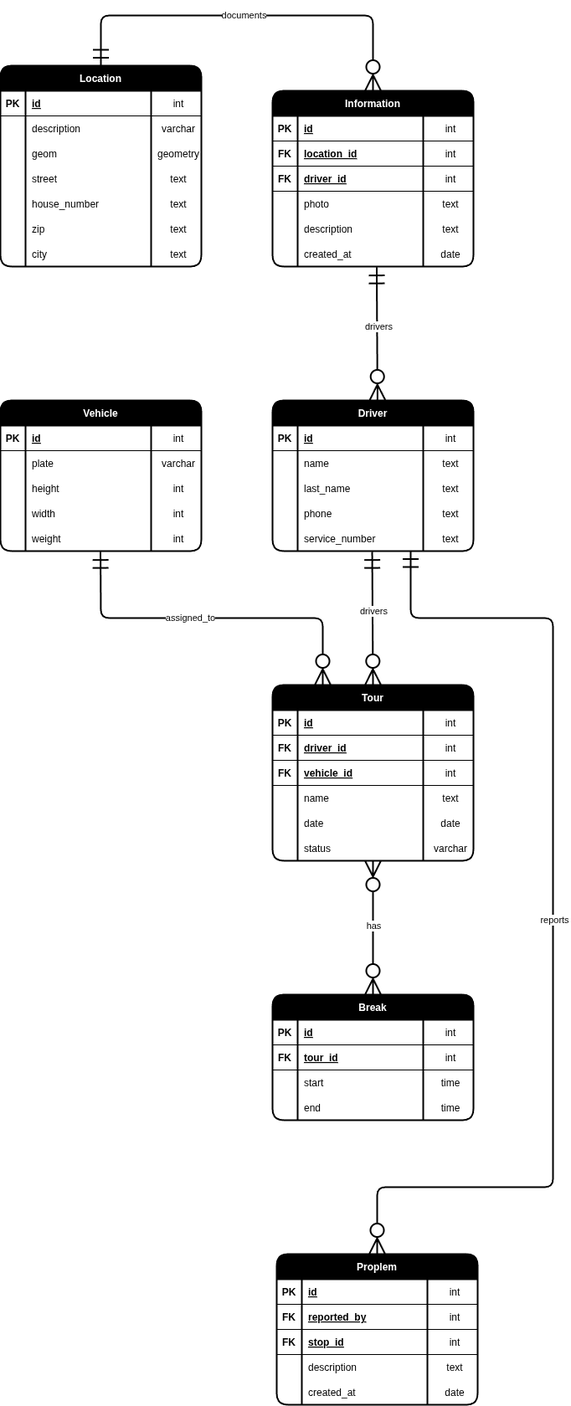
Earlier version of the draw.io export docs/database/erd.drawio.png (gabrielbindi/VoBi-Tour). Source tidied: cells renumbered, new cells last; positions are measured from the earlier drawing's top-left corner, leaving out a move shared by most shapes.
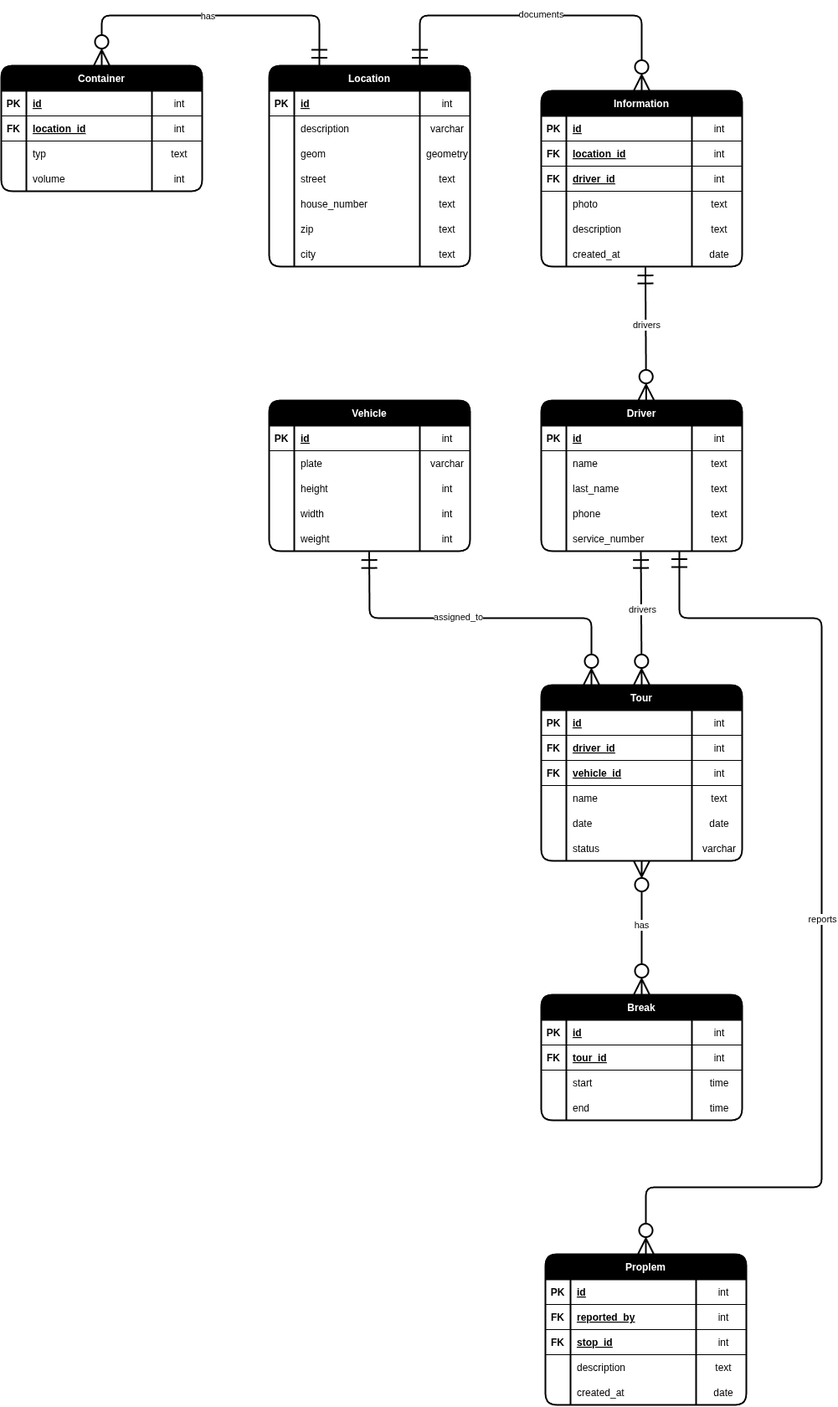
After the commit.

Commit message:
#19 container added one to many

The edit, as a diff of the source:
```diff
@@ -528,10 +528,10 @@
     <mxCell id="170" value="text" style="shape=partialRectangle;fillColor=none;top=0;left=0;bottom=0;right=0;align=center;spacingLeft=6;overflow=hidden;" parent="167" vertex="1">
       <mxGeometry x="180" width="60" height="30" as="geometry" />
     </mxCell>
-    <mxCell id="171" style="fontSize=12;html=1;endArrow=ERzeroToMany;startArrow=ERmandOne;entryX=0.5;entryY=0;entryDx=0;entryDy=0;endSize=16;startSize=16;targetPerimeterSpacing=0;strokeWidth=2;exitX=0.5;exitY=0;exitDx=0;exitDy=0;" parent="1" edge="1" source="142" target="115">
+    <mxCell id="171" style="fontSize=12;html=1;endArrow=ERzeroToMany;startArrow=ERmandOne;entryX=0.5;entryY=0;entryDx=0;entryDy=0;endSize=16;startSize=16;targetPerimeterSpacing=0;strokeWidth=2;exitX=0.75;exitY=0;exitDx=0;exitDy=0;" parent="1" edge="1" source="142" target="115">
       <mxGeometry relative="1" as="geometry">
         <Array as="points">
-          <mxPoint x="120" />
+          <mxPoint x="180" />
           <mxPoint x="445" />
         </Array>
       </mxGeometry>
@@ -541,5 +541,69 @@
         <mxPoint x="23" as="offset" />
       </mxGeometry>
     </mxCell>
+    <mxCell id="173" value="Container" style="shape=table;startSize=30;rowLines=0;fontStyle=1;align=center;swimlaneFillColor=none;fillColor=#000000;fontColor=#FFFFFF;strokeWidth=2;rounded=1;" parent="1" vertex="1">
+      <mxGeometry x="-320" y="60" width="240" height="150" as="geometry" />
+    </mxCell>
+    <mxCell id="174" style="shape=tableRow;horizontal=0;startSize=0;swimlaneHead=0;swimlaneBody=0;fillColor=none;top=0;left=0;right=0;bottom=1;" parent="173" vertex="1">
+      <mxGeometry y="30" width="240" height="30" as="geometry" />
+    </mxCell>
+    <mxCell id="175" value="PK" style="shape=partialRectangle;fillColor=none;top=0;left=0;bottom=0;right=0;fontStyle=1;overflow=hidden;" parent="174" vertex="1">
+      <mxGeometry width="30" height="30" as="geometry" />
+    </mxCell>
+    <mxCell id="176" value="id" style="shape=partialRectangle;fillColor=none;top=0;left=0;bottom=0;right=0;align=left;spacingLeft=6;fontStyle=5;overflow=hidden;" parent="174" vertex="1">
+      <mxGeometry x="30" width="150" height="30" as="geometry" />
+    </mxCell>
+    <mxCell id="177" value="int" style="shape=partialRectangle;fillColor=none;top=0;left=0;bottom=0;right=0;align=center;spacingLeft=6;fontStyle=0;overflow=hidden;" parent="174" vertex="1">
+      <mxGeometry x="180" width="60" height="30" as="geometry" />
+    </mxCell>
+    <mxCell id="178" style="shape=tableRow;horizontal=0;startSize=0;swimlaneHead=0;swimlaneBody=0;fillColor=none;top=0;left=0;right=0;bottom=1;" parent="173" vertex="1">
+      <mxGeometry y="60" width="240" height="30" as="geometry" />
+    </mxCell>
+    <mxCell id="179" value="FK" style="shape=partialRectangle;fillColor=none;top=0;left=0;bottom=0;right=0;fontStyle=1;overflow=hidden;" parent="178" vertex="1">
+      <mxGeometry width="30" height="30" as="geometry" />
+    </mxCell>
+    <mxCell id="180" value="location_id" style="shape=partialRectangle;fillColor=none;top=0;left=0;bottom=0;right=0;align=left;spacingLeft=6;fontStyle=5;overflow=hidden;" parent="178" vertex="1">
+      <mxGeometry x="30" width="150" height="30" as="geometry" />
+    </mxCell>
+    <mxCell id="181" value="int" style="shape=partialRectangle;fillColor=none;top=0;left=0;bottom=0;right=0;align=center;spacingLeft=6;fontStyle=0;overflow=hidden;" parent="178" vertex="1">
+      <mxGeometry x="180" width="60" height="30" as="geometry" />
+    </mxCell>
+    <mxCell id="182" style="shape=tableRow;horizontal=0;startSize=0;swimlaneHead=0;swimlaneBody=0;fillColor=none;top=0;left=0;right=0;bottom=0;" parent="173" vertex="1">
+      <mxGeometry y="90" width="240" height="30" as="geometry" />
+    </mxCell>
+    <mxCell id="183" style="shape=partialRectangle;fillColor=none;top=0;left=0;bottom=0;right=0;overflow=hidden;" parent="182" vertex="1">
+      <mxGeometry width="30" height="30" as="geometry" />
+    </mxCell>
+    <mxCell id="184" value="typ" style="shape=partialRectangle;fillColor=none;top=0;left=0;bottom=0;right=0;align=left;spacingLeft=6;overflow=hidden;" parent="182" vertex="1">
+      <mxGeometry x="30" width="150" height="30" as="geometry" />
+    </mxCell>
+    <mxCell id="185" value="text" style="shape=partialRectangle;fillColor=none;top=0;left=0;bottom=0;right=0;align=center;spacingLeft=6;overflow=hidden;" parent="182" vertex="1">
+      <mxGeometry x="180" width="60" height="30" as="geometry" />
+    </mxCell>
+    <mxCell id="186" style="shape=tableRow;horizontal=0;startSize=0;swimlaneHead=0;swimlaneBody=0;fillColor=none;top=0;left=0;right=0;bottom=0;" parent="173" vertex="1">
+      <mxGeometry y="120" width="240" height="30" as="geometry" />
+    </mxCell>
+    <mxCell id="187" style="shape=partialRectangle;fillColor=none;top=0;left=0;bottom=0;right=0;overflow=hidden;" parent="186" vertex="1">
+      <mxGeometry width="30" height="30" as="geometry" />
+    </mxCell>
+    <mxCell id="188" value="volume" style="shape=partialRectangle;fillColor=none;top=0;left=0;bottom=0;right=0;align=left;spacingLeft=6;overflow=hidden;" parent="186" vertex="1">
+      <mxGeometry x="30" width="150" height="30" as="geometry" />
+    </mxCell>
+    <mxCell id="189" value="int" style="shape=partialRectangle;fillColor=none;top=0;left=0;bottom=0;right=0;align=center;spacingLeft=6;overflow=hidden;" parent="186" vertex="1">
+      <mxGeometry x="180" width="60" height="30" as="geometry" />
+    </mxCell>
+    <mxCell id="190" style="fontSize=12;html=1;endArrow=ERzeroToMany;startArrow=ERmandOne;entryX=0.5;entryY=0;entryDx=0;entryDy=0;endSize=16;startSize=16;targetPerimeterSpacing=0;strokeWidth=2;exitX=0.25;exitY=0;exitDx=0;exitDy=0;" parent="1" edge="1" source="142" target="173">
+      <mxGeometry relative="1" as="geometry">
+        <Array as="points">
+          <mxPoint x="60" />
+          <mxPoint x="-200" />
+        </Array>
+      </mxGeometry>
+    </mxCell>
+    <mxCell id="191" value="has" style="edgeLabel;html=1;align=center;verticalAlign=middle;" parent="190" vertex="1">
+      <mxGeometry x="-0.13" y="1" relative="1" as="geometry">
+        <mxPoint x="-28" as="offset" />
+      </mxGeometry>
+    </mxCell>
   </root>
 </mxGraphModel>
```
